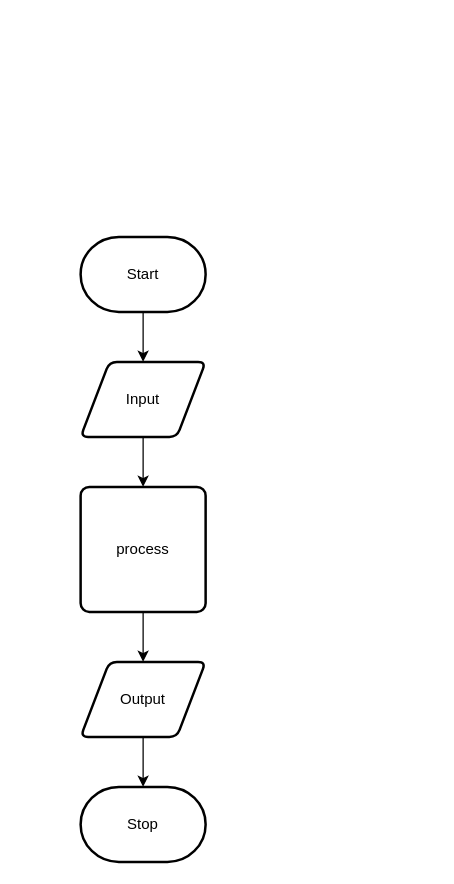
The draw.io diagram design/flow-chart.drawio in Chloe-Havel/ICS20-assinment-5, before the edit. Source tidied: cells renumbered, new cells numbered last; positions are measured from the earlier drawing's top-left corner, leaving out a move shared by most shapes. Both pictures are drawn from the tidied source at 125%, with x=0, y=0 at pixel (80, 236).
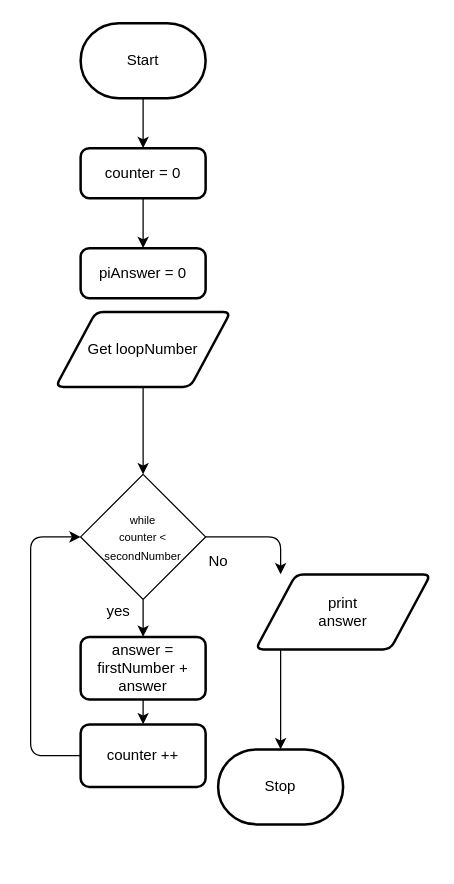
After the change.

Change to the diagram source:
```diff
@@
-    <mxCell id="2" style="edgeStyle=none;html=1;" parent="1" edge="1" source="3" target="5">
-      <mxGeometry relative="1" as="geometry" />
-    </mxCell>
+    <mxCell id="8" style="edgeStyle=none;html=1;entryX=0.5;entryY=0;entryDx=0;entryDy=0;" parent="1" edge="1" source="3" target="18">
+      <mxGeometry relative="1" as="geometry" />
+    </mxCell>
     <mxCell id="3" value="Start" style="strokeWidth=2;html=1;shape=mxgraph.flowchart.terminator;whiteSpace=wrap;" parent="1" vertex="1">
-      <mxGeometry width="100" height="60" as="geometry" />
+      <mxGeometry y="-171" width="100" height="60" as="geometry" />
     </mxCell>
-    <mxCell id="4" style="edgeStyle=none;html=1;" parent="1" edge="1" source="5" target="7">
-      <mxGeometry relative="1" as="geometry" />
-    </mxCell>
-    <mxCell id="5" value="Input" style="shape=parallelogram;html=1;strokeWidth=2;perimeter=parallelogramPerimeter;whiteSpace=wrap;rounded=1;arcSize=12;size=0.23;" parent="1" vertex="1">
-      <mxGeometry y="100" width="100" height="60" as="geometry" />
-    </mxCell>
-    <mxCell id="6" style="edgeStyle=none;html=1;" parent="1" edge="1" source="7" target="9">
-      <mxGeometry relative="1" as="geometry" />
-    </mxCell>
-    <mxCell id="7" value="process" style="rounded=1;whiteSpace=wrap;html=1;absoluteArcSize=1;arcSize=14;strokeWidth=2;" parent="1" vertex="1">
-      <mxGeometry y="200" width="100" height="100" as="geometry" />
-    </mxCell>
-    <mxCell id="8" style="edgeStyle=none;html=1;" parent="1" edge="1" source="9" target="10">
-      <mxGeometry relative="1" as="geometry" />
-    </mxCell>
-    <mxCell id="9" value="Output" style="shape=parallelogram;html=1;strokeWidth=2;perimeter=parallelogramPerimeter;whiteSpace=wrap;rounded=1;arcSize=12;size=0.23;" parent="1" vertex="1">
-      <mxGeometry y="340" width="100" height="60" as="geometry" />
-    </mxCell>
     <mxCell id="10" value="Stop" style="strokeWidth=2;html=1;shape=mxgraph.flowchart.terminator;whiteSpace=wrap;" parent="1" vertex="1">
-      <mxGeometry y="440" width="100" height="60" as="geometry" />
+      <mxGeometry x="110" y="410" width="100" height="60" as="geometry" />
     </mxCell>
+    <mxCell id="11" style="edgeStyle=none;html=1;entryX=0.5;entryY=0;entryDx=0;entryDy=0;" parent="1" edge="1" source="13" target="15">
+      <mxGeometry relative="1" as="geometry" />
+    </mxCell>
+    <mxCell id="12" style="edgeStyle=none;html=1;entryX=0.5;entryY=0;entryDx=0;entryDy=0;" parent="1" edge="1" source="13">
+      <mxGeometry relative="1" as="geometry">
+        <mxPoint x="160" y="270" as="targetPoint" />
+        <Array as="points">
+          <mxPoint x="160" y="240" />
+        </Array>
+      </mxGeometry>
+    </mxCell>
+    <mxCell id="13" value="&lt;font style=&quot;font-size: 9px&quot;&gt;while&lt;br&gt;counter &amp;lt;&lt;br&gt;secondNumber&lt;br&gt;&lt;/font&gt;" style="rhombus;whiteSpace=wrap;html=1;" parent="1" vertex="1">
+      <mxGeometry y="190" width="100" height="100" as="geometry" />
+    </mxCell>
+    <mxCell id="14" style="edgeStyle=none;html=1;entryX=0.5;entryY=0;entryDx=0;entryDy=0;" parent="1" edge="1" source="15" target="21">
+      <mxGeometry relative="1" as="geometry" />
+    </mxCell>
+    <mxCell id="15" value="answer = firstNumber +&lt;br&gt;answer" style="rounded=1;whiteSpace=wrap;html=1;absoluteArcSize=1;arcSize=14;strokeWidth=2;" parent="1" vertex="1">
+      <mxGeometry y="320" width="100" height="50" as="geometry" />
+    </mxCell>
+    <mxCell id="16" style="edgeStyle=none;html=1;" parent="1" edge="1" target="10">
+      <mxGeometry relative="1" as="geometry">
+        <mxPoint x="160" y="330" as="sourcePoint" />
+      </mxGeometry>
+    </mxCell>
+    <mxCell id="17" style="edgeStyle=none;html=1;" parent="1" edge="1" source="18" target="19">
+      <mxGeometry relative="1" as="geometry" />
+    </mxCell>
+    <mxCell id="18" value="counter = 0" style="rounded=1;whiteSpace=wrap;html=1;absoluteArcSize=1;arcSize=14;strokeWidth=2;" parent="1" vertex="1">
+      <mxGeometry y="-71" width="100" height="40" as="geometry" />
+    </mxCell>
+    <mxCell id="19" value="piAnswer = 0" style="rounded=1;whiteSpace=wrap;html=1;absoluteArcSize=1;arcSize=14;strokeWidth=2;" parent="1" vertex="1">
+      <mxGeometry y="9" width="100" height="40" as="geometry" />
+    </mxCell>
+    <mxCell id="20" style="edgeStyle=none;html=1;entryX=0;entryY=0.5;entryDx=0;entryDy=0;" parent="1" edge="1" source="21" target="13">
+      <mxGeometry relative="1" as="geometry">
+        <Array as="points">
+          <mxPoint x="-40" y="415" />
+          <mxPoint x="-40" y="240" />
+        </Array>
+      </mxGeometry>
+    </mxCell>
+    <mxCell id="21" value="counter ++" style="rounded=1;whiteSpace=wrap;html=1;absoluteArcSize=1;arcSize=14;strokeWidth=2;" parent="1" vertex="1">
+      <mxGeometry y="390" width="100" height="50" as="geometry" />
+    </mxCell>
+    <mxCell id="22" style="edgeStyle=none;html=1;" parent="1" edge="1" source="23" target="13">
+      <mxGeometry relative="1" as="geometry" />
+    </mxCell>
+    <mxCell id="23" value="Get loopNumber" style="shape=parallelogram;html=1;strokeWidth=2;perimeter=parallelogramPerimeter;whiteSpace=wrap;rounded=1;arcSize=12;size=0.23;" parent="1" vertex="1">
+      <mxGeometry x="-20" y="60" width="140" height="60" as="geometry" />
+    </mxCell>
+    <mxCell id="24" value="yes" style="text;html=1;align=center;verticalAlign=middle;strokeColor=none;fillColor=none;" parent="1" vertex="1">
+      <mxGeometry x="15" y="290" width="30" height="20" as="geometry" />
+    </mxCell>
+    <mxCell id="25" value="No" style="text;html=1;align=center;verticalAlign=middle;strokeColor=none;fillColor=none;" parent="1" vertex="1">
+      <mxGeometry x="95" y="250" width="30" height="20" as="geometry" />
+    </mxCell>
+    <mxCell id="26" value="print&lt;br&gt;answer" style="shape=parallelogram;html=1;strokeWidth=2;perimeter=parallelogramPerimeter;whiteSpace=wrap;rounded=1;arcSize=12;size=0.23;" parent="1" vertex="1">
+      <mxGeometry x="140" y="270" width="140" height="60" as="geometry" />
+    </mxCell>
```
